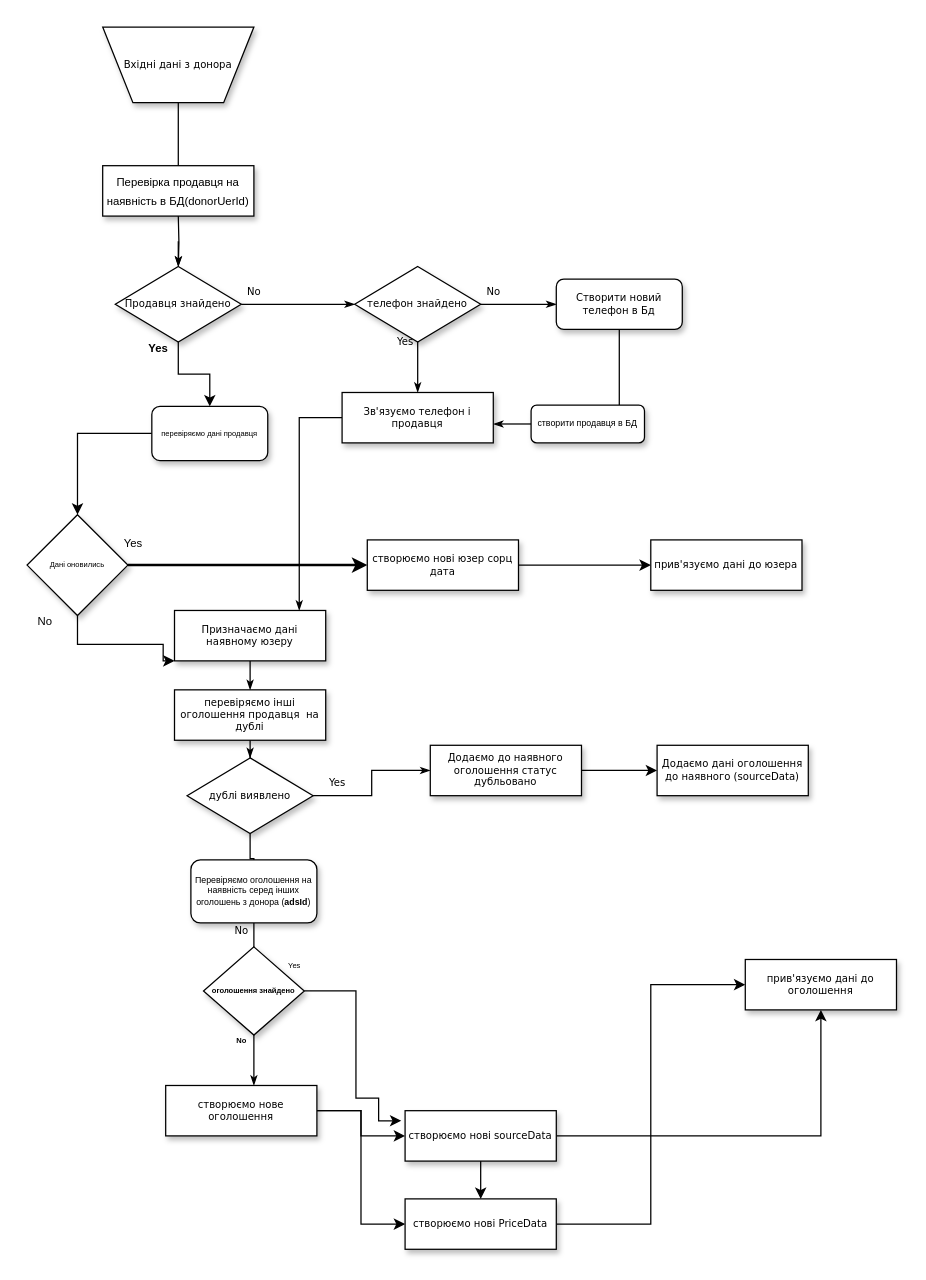
Above: Диаграмма без названия.drawio in Dromich/car_dog_diagram (draw.io), before the change. Source tidied: cells renumbered, new cells numbered last; positions are measured from the earlier drawing's top-left corner, leaving out a move shared by most shapes. Both pictures are drawn from the tidied source at 126%, with x=0, y=0 at pixel (26, 26).
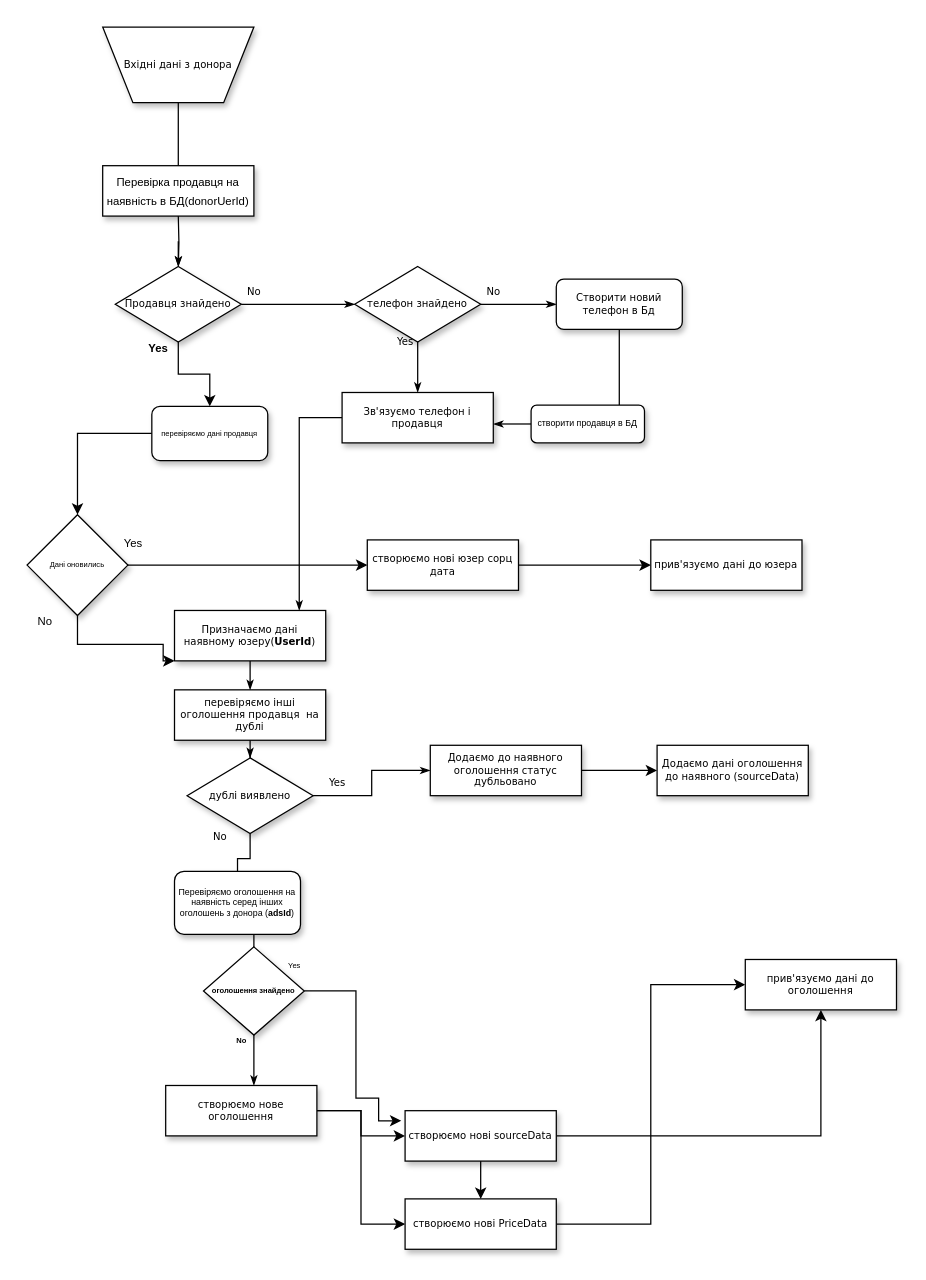
Above is the later version.

The change refers to these unchanged cells:
```xml
<mxCell id="26" value="створюємо нове оголошення" style="whiteSpace=wrap;html=1;rounded=0;shadow=1;labelBackgroundColor=none;strokeWidth=1;fontFamily=Verdana;fontSize=8;align=center;" parent="1" vertex="1">
  <mxGeometry x="110" y="840" width="120" height="40" as="geometry" />
</mxCell>
<mxCell id="39" value="створюємо нові юзер сорц дата" style="whiteSpace=wrap;html=1;rounded=0;shadow=1;labelBackgroundColor=none;strokeWidth=1;fontFamily=Verdana;fontSize=8;align=center;" parent="1" vertex="1">
  <mxGeometry x="270" y="407" width="120" height="40" as="geometry" />
</mxCell>
<mxCell id="47" value="Дані оновились" style="rhombus;whiteSpace=wrap;html=1;shadow=1;fontSize=6;" parent="1" vertex="1">
  <mxGeometry y="387" width="80" height="80" as="geometry" />
</mxCell>
```

Change to the diagram source:
```diff
@@
-    <mxCell id="16" value="Призначаємо дані наявному юзеру" style="whiteSpace=wrap;html=1;rounded=0;shadow=1;labelBackgroundColor=none;strokeWidth=1;fontFamily=Verdana;fontSize=8;align=center;spacing=6;" parent="1" vertex="1">
+    <mxCell id="16" value="Призначаємо дані наявному юзеру(&lt;b&gt;UserId&lt;/b&gt;)" style="whiteSpace=wrap;html=1;rounded=0;shadow=1;labelBackgroundColor=none;strokeWidth=1;fontFamily=Verdana;fontSize=8;align=center;spacing=6;" parent="1" vertex="1">
       <mxGeometry x="117" y="463" width="120" height="40" as="geometry" />
     </mxCell>
@@
     <mxCell id="20" value="No" style="edgeStyle=orthogonalEdgeStyle;rounded=0;html=1;labelBackgroundColor=none;startSize=5;endArrow=classicThin;endFill=1;endSize=5;jettySize=auto;strokeWidth=1;fontFamily=Verdana;fontSize=8;startArrow=none;" parent="1" edge="1" source="51" target="26">
-      <mxGeometry x="-0.91" y="-10" relative="1" as="geometry">
+      <mxGeometry x="-1" y="-82" relative="1" as="geometry">
         <Array as="points">
           <mxPoint x="180" y="760" />
           <mxPoint x="180" y="760" />
         </Array>
+        <mxPoint x="55" y="-77" as="offset" />
       </mxGeometry>
     </mxCell>
@@
-    <mxCell id="45" style="edgeStyle=orthogonalEdgeStyle;rounded=0;jettySize=auto;html=1;fontSize=9;entryX=0;entryY=0.5;entryDx=0;entryDy=0;strokeWidth=2;" parent="1" edge="1" source="47" target="39">
-      <mxGeometry relative="1" as="geometry">
-        <Array as="points">
-          <mxPoint x="99" y="427" />
-          <mxPoint x="99" y="427" />
-        </Array>
-      </mxGeometry>
+    <mxCell id="45" style="edgeStyle=orthogonalEdgeStyle;rounded=0;jettySize=auto;html=1;fontSize=9;entryX=0;entryY=0.5;entryDx=0;entryDy=0;" parent="1" edge="1" source="47" target="39">
+      <mxGeometry relative="1" as="geometry" />
     </mxCell>
@@
     <mxCell id="51" value="Перевіряємо оголошення на наявність серед інших оголошень з донора (&lt;b&gt;adsId&lt;/b&gt;)" style="rounded=1;whiteSpace=wrap;html=1;shadow=1;fontSize=7;" parent="1" vertex="1">
-      <mxGeometry x="130" y="661" width="100" height="50" as="geometry" />
+      <mxGeometry x="117" y="670" width="100" height="50" as="geometry" />
     </mxCell>
```
